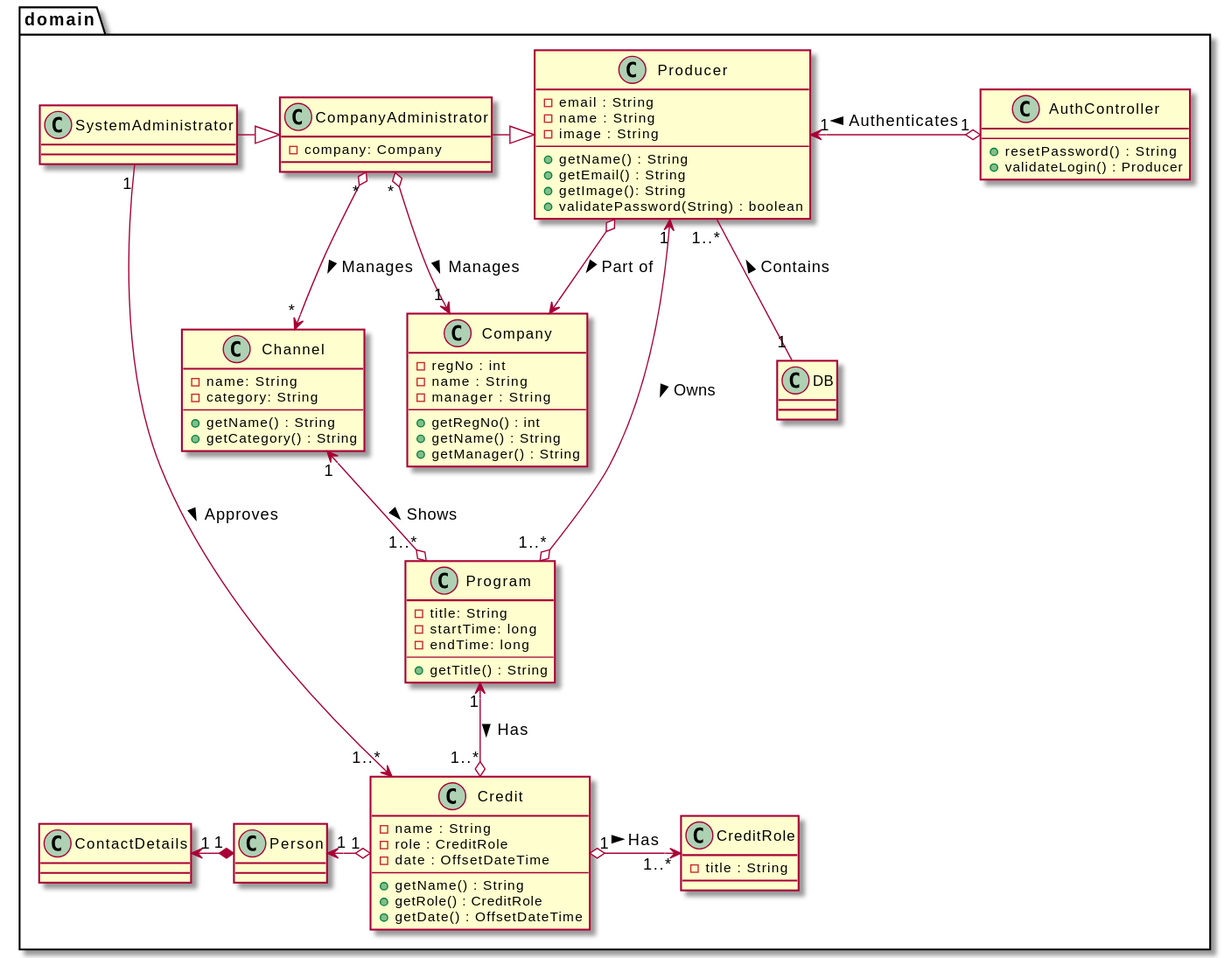
The PlantUML diagram uml/class_diagrams/domain_model/domain_model_extended.svg in amatzen/SE02-SE-G02-SPRO, before a commit.
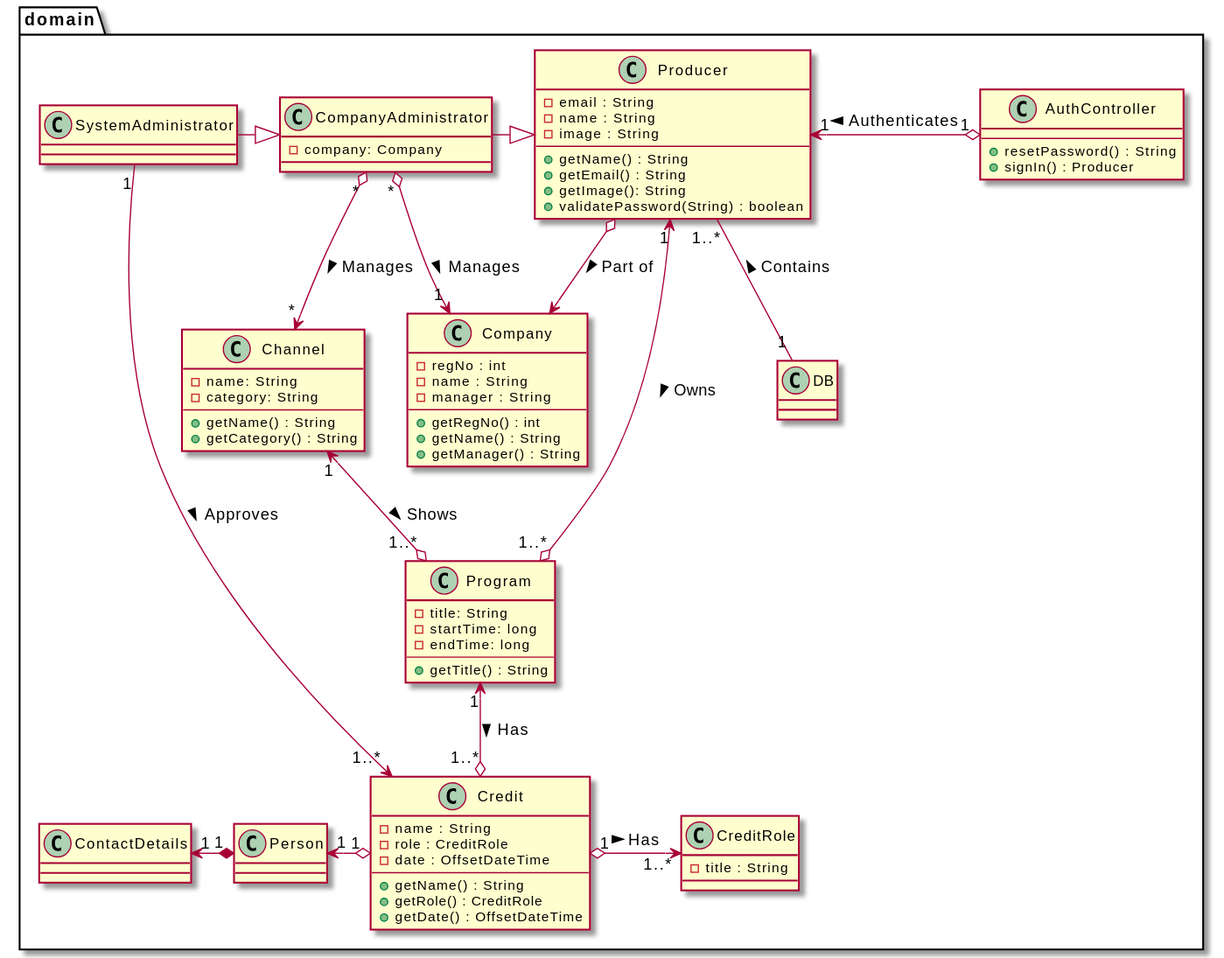
After the change.

The edit, as a diff of the source:
```diff
@@ -63,7 +63,7 @@
     class AuthController {
         --
         + resetPassword() : String
-        + validateLogin() : Producer
+        + signIn() : Producer
     }
 
     class DB {
```
